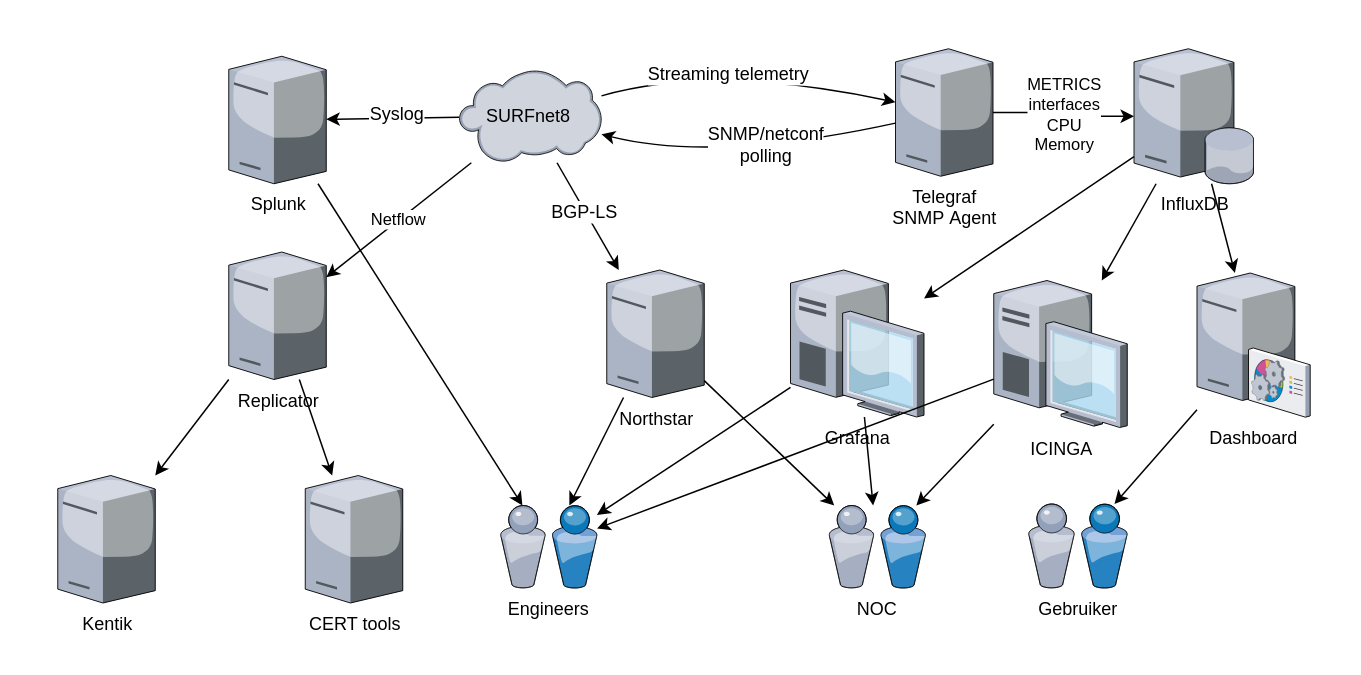
Earlier version of the draw.io diagram SURFnet8 Monitoring.drawio (makzdot/diagrams). Source tidied: cells renumbered, new cells numbered last; positions are measured from the earlier drawing's top-left corner, leaving out a move shared by most shapes. Both pictures are drawn from the tidied source at 150%, with x=0, y=0 at pixel (57, 48).
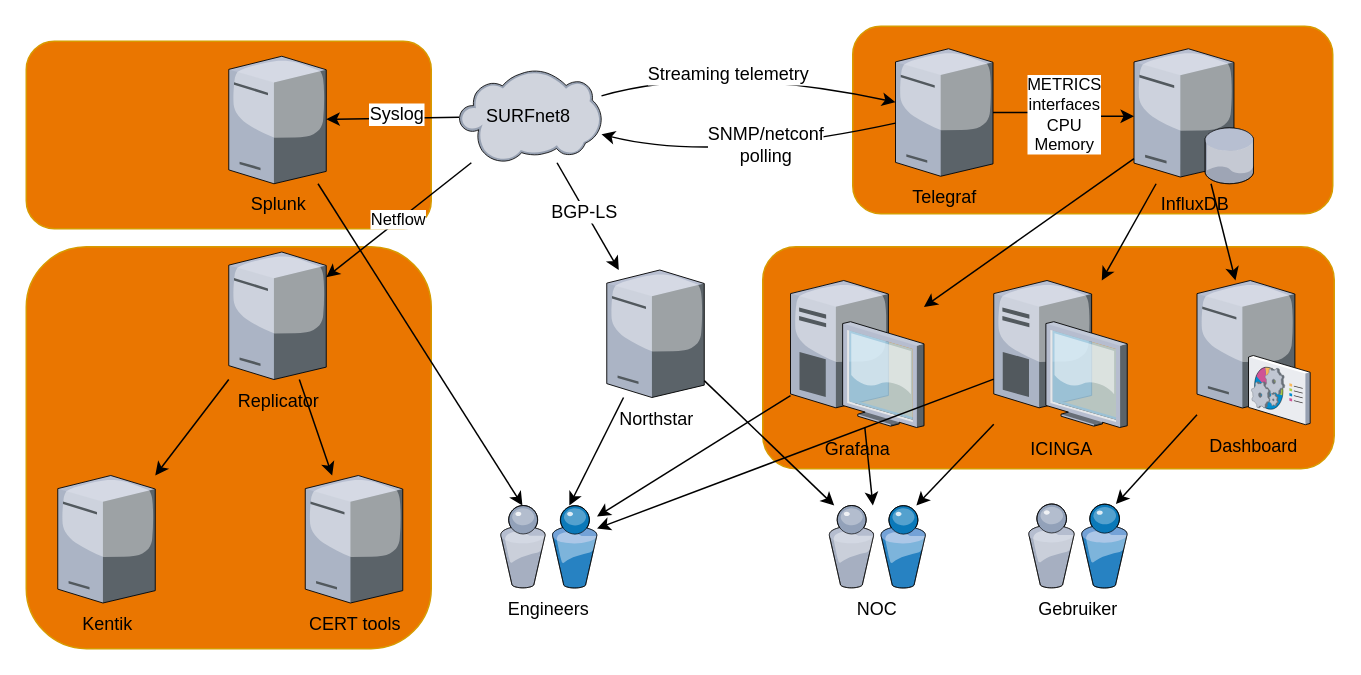
The same diagram, later.

What changed in the source:
```diff
@@
+    <mxCell id="40" style="rounded=1;whiteSpace=wrap;html=1;fillColor=#EA7600;strokeColor=#d79b00;" parent="1" vertex="1">
+      <mxGeometry x="-21" y="132" width="270" height="268" as="geometry" />
+    </mxCell>
+    <mxCell id="41" style="rounded=1;whiteSpace=wrap;html=1;fillColor=#EA7600;strokeColor=#d79b00;" parent="1" vertex="1">
+      <mxGeometry x="470" y="132" width="381" height="148" as="geometry" />
+    </mxCell>
+    <mxCell id="42" style="rounded=1;whiteSpace=wrap;html=1;fillColor=#EA7600;strokeColor=#d79b00;" parent="1" vertex="1">
+      <mxGeometry x="530" y="-15" width="320" height="125" as="geometry" />
+    </mxCell>
+    <mxCell id="43" style="rounded=1;whiteSpace=wrap;html=1;fillColor=#EA7600;strokeColor=#d79b00;" parent="1" vertex="1">
+      <mxGeometry x="-21" y="-5" width="270" height="125" as="geometry" />
+    </mxCell>
@@
-    <mxCell id="4" value="Telegraf &lt;br&gt;SNMP&amp;nbsp;Agent&lt;br&gt;" style="verticalLabelPosition=bottom;html=1;verticalAlign=top;strokeColor=none;align=center;outlineConnect=0;shape=mxgraph.citrix.license_server;" parent="1" vertex="1">
+    <mxCell id="4" value="Telegraf&lt;br&gt;" style="verticalLabelPosition=bottom;html=1;verticalAlign=top;strokeColor=none;align=center;outlineConnect=0;shape=mxgraph.citrix.license_server;" parent="1" vertex="1">
       <mxGeometry x="558.5" width="65" height="85" as="geometry" />
     </mxCell>
@@
     <mxCell id="9" value="Dashboard" style="verticalLabelPosition=bottom;html=1;verticalAlign=top;strokeColor=none;align=center;outlineConnect=0;shape=mxgraph.citrix.command_center;" parent="1" vertex="1">
-      <mxGeometry x="759.5" y="149.5" width="75.5" height="96" as="geometry" />
+      <mxGeometry x="759.5" y="154.5" width="75.5" height="96" as="geometry" />
     </mxCell>
@@
     <mxCell id="23" value="Grafana&lt;br&gt;" style="verticalLabelPosition=bottom;html=1;verticalAlign=top;strokeColor=none;align=center;outlineConnect=0;shape=mxgraph.citrix.desktop;" parent="1" vertex="1">
-      <mxGeometry x="488.5" y="147.5" width="89" height="98" as="geometry" />
+      <mxGeometry x="488.5" y="154.5" width="89" height="98" as="geometry" />
     </mxCell>
```
